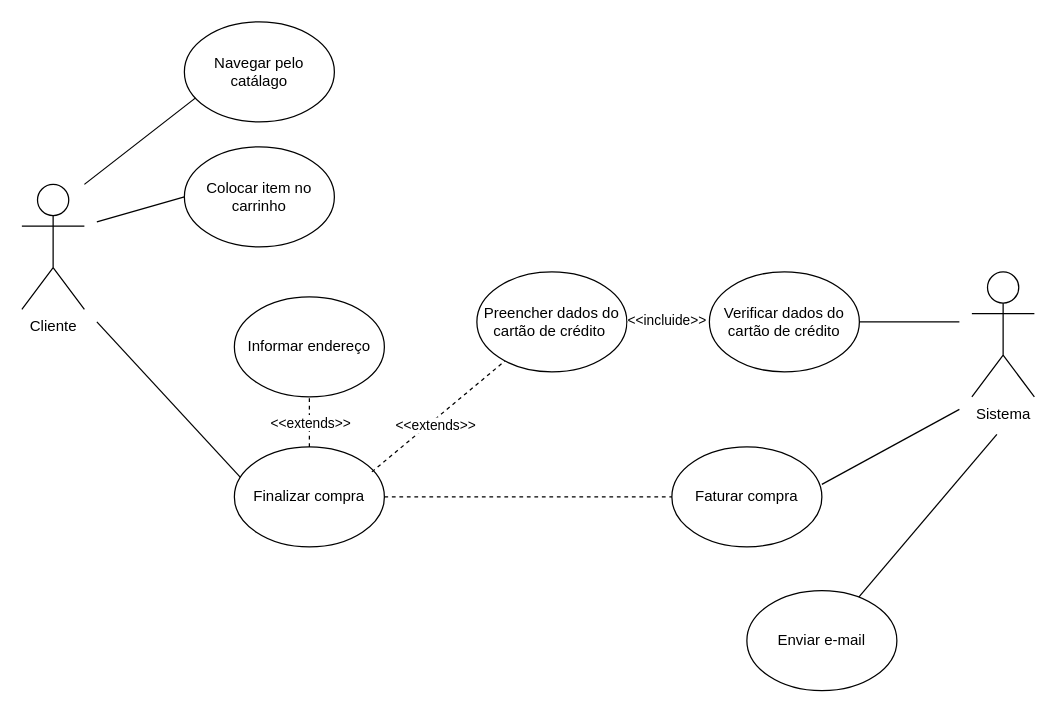
This is page "Página-3" (3 of 4) of aula01.drawio from Brandaoc/diagramasderequisitos, a draw.io file, before an edit. Source tidied: cells renumbered, new cells numbered last; positions are measured from the earlier drawing's top-left corner, leaving out a move shared by most shapes. Both pictures are drawn from the tidied source at 125%, with x=0, y=0 at pixel (21, 21).
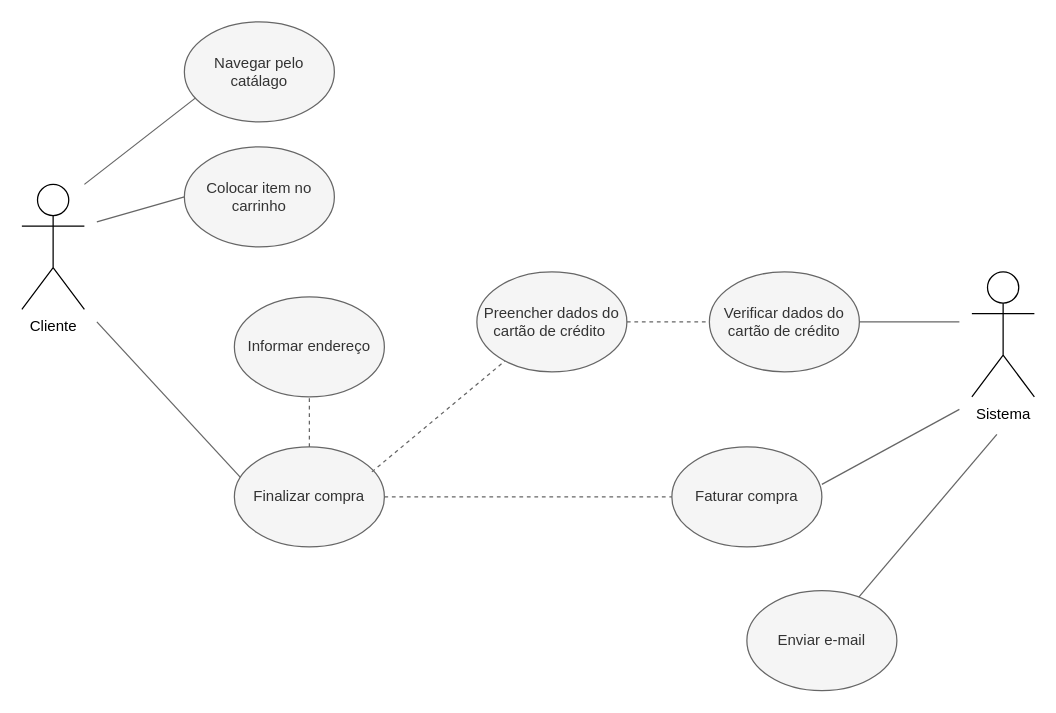
Above is the later version.

Diff of the diagram source:
```diff
@@
-    <mxCell id="3" style="endArrow=none;html=1;rounded=0;" parent="1" edge="1">
+    <mxCell id="3" style="endArrow=none;html=1;rounded=0;fillColor=#f5f5f5;strokeColor=#666666;" parent="1" edge="1">
       <mxGeometry relative="1" as="geometry">
         <mxPoint x="50" y="130" as="sourcePoint" />
         <mxPoint x="140" y="60" as="targetPoint" />
       </mxGeometry>
     </mxCell>
-    <mxCell id="4" style="endArrow=none;html=1;rounded=0;" parent="1" edge="1">
+    <mxCell id="4" style="endArrow=none;html=1;rounded=0;fillColor=#f5f5f5;strokeColor=#666666;" parent="1" edge="1">
       <mxGeometry relative="1" as="geometry">
         <mxPoint x="60" y="160" as="sourcePoint" />
         <mxPoint x="130" y="140" as="targetPoint" />
       </mxGeometry>
     </mxCell>
-    <mxCell id="5" style="endArrow=none;html=1;rounded=0;" parent="1" edge="1">
+    <mxCell id="5" style="endArrow=none;html=1;rounded=0;fillColor=#f5f5f5;strokeColor=#666666;" parent="1" edge="1">
       <mxGeometry relative="1" as="geometry">
         <mxPoint x="60" y="240" as="sourcePoint" />
         <mxPoint x="180" y="370" as="targetPoint" />
       </mxGeometry>
     </mxCell>
-    <mxCell id="6" value="Navegar pelo catálago" style="ellipse;whiteSpace=wrap;html=1;" parent="1" vertex="1">
+    <mxCell id="6" value="Navegar pelo catálago" style="ellipse;whiteSpace=wrap;html=1;fillColor=#f5f5f5;fontColor=#333333;strokeColor=#666666;" parent="1" vertex="1">
       <mxGeometry x="130" width="120" height="80" as="geometry" />
     </mxCell>
-    <mxCell id="7" value="Colocar item no carrinho" style="ellipse;whiteSpace=wrap;html=1;" parent="1" vertex="1">
+    <mxCell id="7" value="Colocar item no carrinho" style="ellipse;whiteSpace=wrap;html=1;fillColor=#f5f5f5;fontColor=#333333;strokeColor=#666666;" parent="1" vertex="1">
       <mxGeometry x="130" y="100" width="120" height="80" as="geometry" />
     </mxCell>
-    <mxCell id="8" value="Finalizar compra" style="ellipse;whiteSpace=wrap;html=1;" parent="1" vertex="1">
+    <mxCell id="8" value="Finalizar compra" style="ellipse;whiteSpace=wrap;html=1;fillColor=#f5f5f5;fontColor=#333333;strokeColor=#666666;" parent="1" vertex="1">
       <mxGeometry x="170" y="340" width="120" height="80" as="geometry" />
     </mxCell>
-    <mxCell id="9" style="endArrow=none;dashed=1;html=1;rounded=0;" parent="1" edge="1" target="11">
+    <mxCell id="9" style="endArrow=none;dashed=1;html=1;rounded=0;fillColor=#f5f5f5;strokeColor=#666666;" parent="1" edge="1" target="11">
       <mxGeometry relative="1" as="geometry">
         <mxPoint x="230" y="340" as="sourcePoint" />
       </mxGeometry>
     </mxCell>
-    <mxCell id="10" value="&amp;lt;&amp;lt;extends&amp;gt;&amp;gt;" style="edgeLabel;html=1;align=center;verticalAlign=middle;" parent="9" vertex="1">
-      <mxGeometry x="-0.15" y="-2" relative="1" as="geometry">
-        <mxPoint x="-2" y="-3" as="offset" />
-      </mxGeometry>
-    </mxCell>
-    <mxCell id="11" value="Informar endereço" style="ellipse;whiteSpace=wrap;html=1;" parent="1" vertex="1">
+    <mxCell id="11" value="Informar endereço" style="ellipse;whiteSpace=wrap;html=1;fillColor=#f5f5f5;fontColor=#333333;strokeColor=#666666;" parent="1" vertex="1">
       <mxGeometry x="170" y="220" width="120" height="80" as="geometry" />
     </mxCell>
-    <mxCell id="12" style="endArrow=none;dashed=1;html=1;rounded=0;" parent="1" edge="1">
+    <mxCell id="12" style="endArrow=none;dashed=1;html=1;rounded=0;fillColor=#f5f5f5;strokeColor=#666666;" parent="1" edge="1">
       <mxGeometry relative="1" as="geometry">
         <mxPoint x="290" y="380" as="sourcePoint" />
         <mxPoint x="550" y="380" as="targetPoint" />
       </mxGeometry>
     </mxCell>
-    <mxCell id="13" style="endArrow=none;dashed=1;html=1;rounded=0;" parent="1" edge="1" target="15">
+    <mxCell id="13" style="endArrow=none;dashed=1;html=1;rounded=0;fillColor=#f5f5f5;strokeColor=#666666;" parent="1" edge="1" target="15">
       <mxGeometry relative="1" as="geometry">
         <mxPoint x="280" y="360" as="sourcePoint" />
       </mxGeometry>
     </mxCell>
-    <mxCell id="14" value="&amp;lt;&amp;lt;extends&amp;gt;&amp;gt;" style="edgeLabel;html=1;align=center;verticalAlign=middle;" parent="13" vertex="1">
-      <mxGeometry x="-0.09" y="-4" relative="1" as="geometry" />
-    </mxCell>
-    <mxCell id="15" value="Preencher dados do cartão de crédito&amp;nbsp;" style="ellipse;whiteSpace=wrap;html=1;" parent="1" vertex="1">
+    <mxCell id="15" value="Preencher dados do cartão de crédito&amp;nbsp;" style="ellipse;whiteSpace=wrap;html=1;fillColor=#f5f5f5;fontColor=#333333;strokeColor=#666666;" parent="1" vertex="1">
       <mxGeometry x="364" y="200" width="120" height="80" as="geometry" />
     </mxCell>
-    <mxCell id="16" value="Faturar compra" style="ellipse;whiteSpace=wrap;html=1;" parent="1" vertex="1">
+    <mxCell id="16" value="Faturar compra" style="ellipse;whiteSpace=wrap;html=1;fillColor=#f5f5f5;fontColor=#333333;strokeColor=#666666;" parent="1" vertex="1">
       <mxGeometry x="520" y="340" width="120" height="80" as="geometry" />
     </mxCell>
@@
-    <mxCell id="18" style="endArrow=none;html=1;rounded=0;" parent="1" edge="1">
+    <mxCell id="18" style="endArrow=none;html=1;rounded=0;fillColor=#f5f5f5;strokeColor=#666666;" parent="1" edge="1">
       <mxGeometry relative="1" as="geometry">
         <mxPoint x="640" y="370" as="sourcePoint" />
         <mxPoint x="750" y="310" as="targetPoint" />
       </mxGeometry>
     </mxCell>
-    <mxCell id="19" style="endArrow=none;html=1;rounded=0;" parent="1" edge="1" target="20">
+    <mxCell id="19" style="endArrow=none;html=1;rounded=0;fillColor=#f5f5f5;strokeColor=#666666;" parent="1" edge="1" target="20">
       <mxGeometry relative="1" as="geometry">
         <mxPoint x="750" y="240" as="sourcePoint" />
       </mxGeometry>
     </mxCell>
-    <mxCell id="20" value="Verificar dados do cartão de crédito" style="ellipse;whiteSpace=wrap;html=1;" parent="1" vertex="1">
+    <mxCell id="20" value="Verificar dados do cartão de crédito" style="ellipse;whiteSpace=wrap;html=1;fillColor=#f5f5f5;fontColor=#333333;strokeColor=#666666;" parent="1" vertex="1">
       <mxGeometry x="550" y="200" width="120" height="80" as="geometry" />
     </mxCell>
-    <mxCell id="21" style="endArrow=none;html=1;rounded=0;" parent="1" edge="1" target="22">
+    <mxCell id="21" style="endArrow=none;html=1;rounded=0;fillColor=#f5f5f5;strokeColor=#666666;" parent="1" edge="1" target="22">
       <mxGeometry relative="1" as="geometry">
         <mxPoint x="780" y="330" as="sourcePoint" />
       </mxGeometry>
     </mxCell>
-    <mxCell id="22" value="Enviar e-mail" style="ellipse;whiteSpace=wrap;html=1;" parent="1" vertex="1">
+    <mxCell id="22" value="Enviar e-mail" style="ellipse;whiteSpace=wrap;html=1;fillColor=#f5f5f5;fontColor=#333333;strokeColor=#666666;" parent="1" vertex="1">
       <mxGeometry x="580" y="455" width="120" height="80" as="geometry" />
     </mxCell>
-    <mxCell id="23" style="endArrow=none;dashed=1;html=1;rounded=0;entryX=0;entryY=0.5;entryDx=0;entryDy=0;" parent="1" edge="1" target="20">
+    <mxCell id="23" style="endArrow=none;dashed=1;html=1;rounded=0;entryX=0;entryY=0.5;entryDx=0;entryDy=0;fillColor=#f5f5f5;strokeColor=#666666;" parent="1" edge="1" target="20">
       <mxGeometry relative="1" as="geometry">
         <mxPoint x="484" y="240" as="sourcePoint" />
       </mxGeometry>
     </mxCell>
-    <mxCell id="24" value="&amp;lt;&amp;lt;incluide&amp;gt;&amp;gt;" style="edgeLabel;html=1;align=center;verticalAlign=middle;" parent="23" vertex="1">
-      <mxGeometry x="-0.06" y="2" relative="1" as="geometry" />
-    </mxCell>
```
